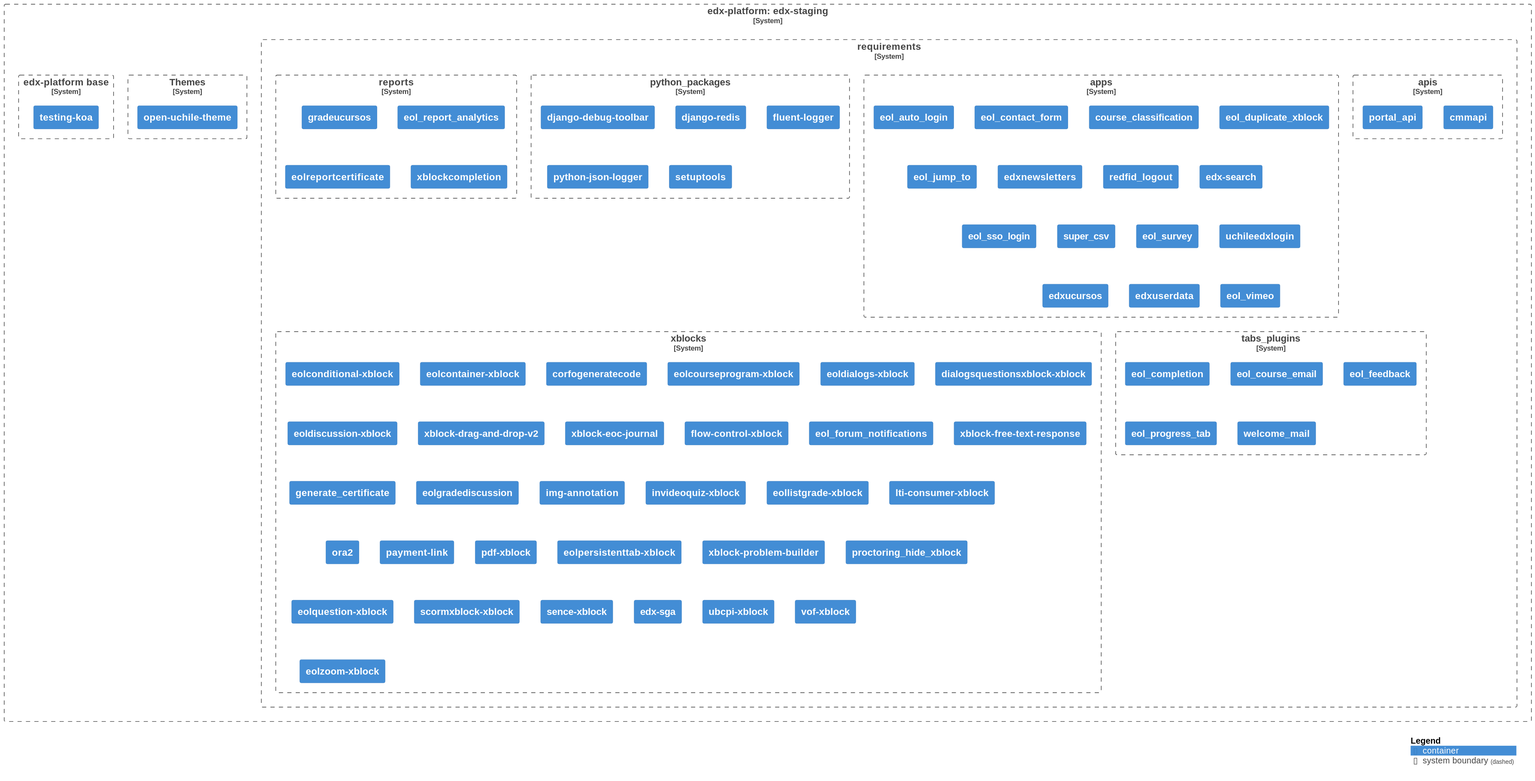
The PlantUML diagram diagrams/diagram.svg in eol-uchile/edx-staging, before a commit.
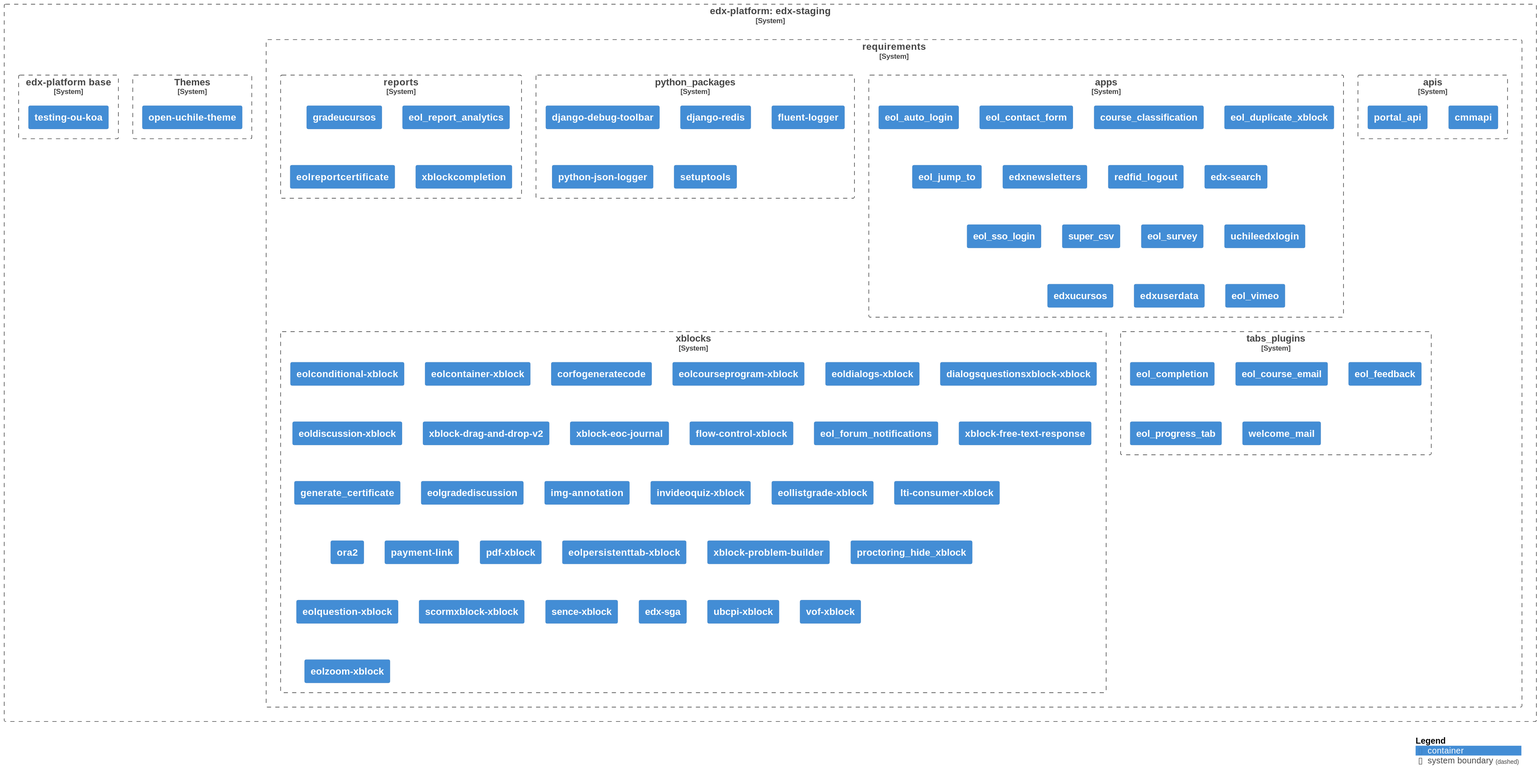
The same file after the commit.

Commit message:
Auto-generate UML diagram

The edit, as a diff of the source:
```diff
@@ -164,7 +164,7 @@
     }
 
     System_Boundary(dockerfile, "edx-platform base", $link="https://github.com/eol-uchile/edx-staging/blob/openuchile-release/koa/Dockerfile") {
-            Container(dk, "testing-koa", $link="https://ghcr.io/eol-uchile/edx-platform:testing-koa")
+            Container(dk, "testing-ou-koa", $link="https://ghcr.io/eol-uchile/edx-platform:testing-ou-koa")
     }
 }
 
```
